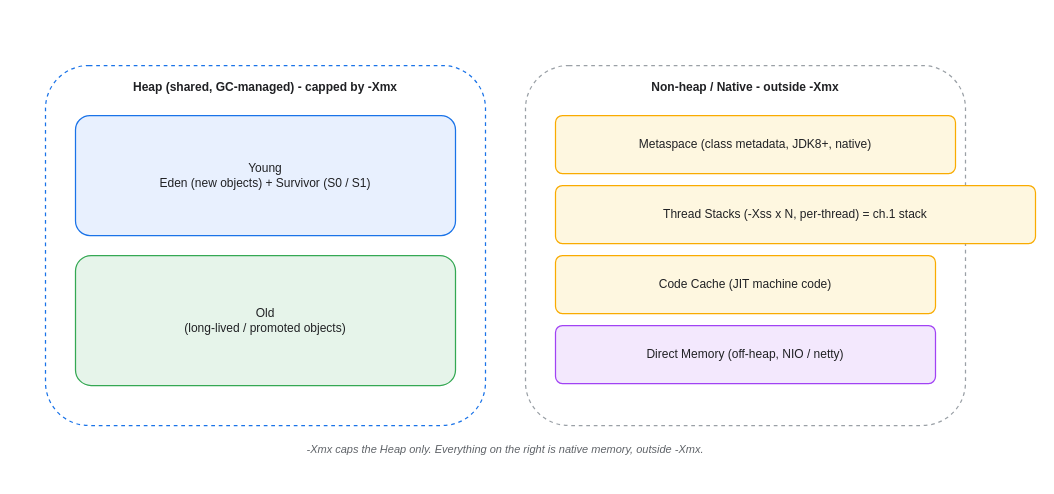
Earlier version of the draw.io diagram assets/img/jvm/jvm-03-jvm-memory-areas.drawio (KKamJi98/kkamji98.github.io). Source tidied: cells renumbered, new cells numbered last; positions are measured from the earlier drawing's top-left corner, leaving out a move shared by most shapes. Both pictures are drawn from the tidied source at 100%, with x=0, y=0 at pixel (45, 65).
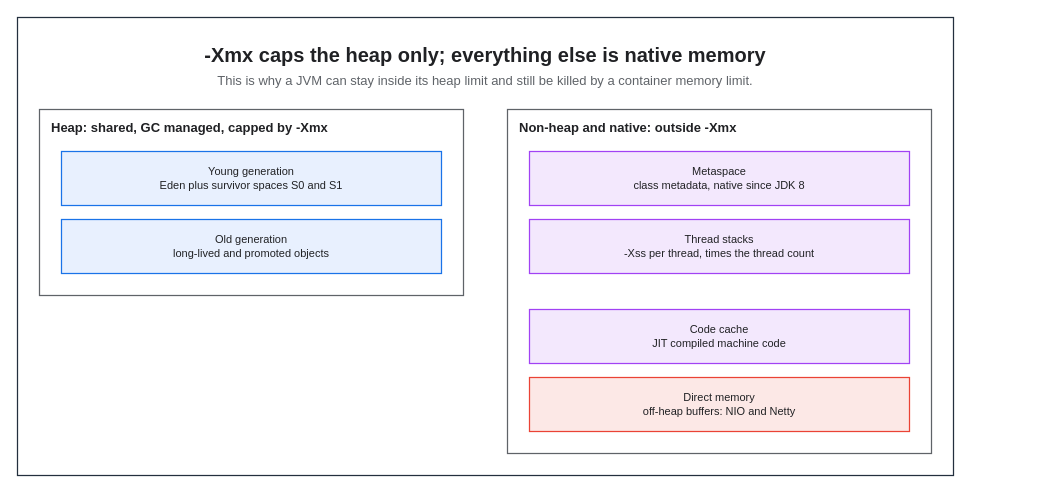
The same page after the edit.

Diff of the diagram source:
```diff
@@
 <mxGraphModel background="#FFFFFF">
   <root>
     <mxCell id="0" />
     <mxCell id="1" parent="0" />
+    <mxCell id="11" style="rounded=0;html=0;fillColor=none;strokeColor=#232F3E;fontColor=#202124;strokeWidth=1.25;" parent="1" vertex="1">
+      <mxGeometry x="-28" y="-48" width="936" height="458" as="geometry" />
+    </mxCell>
+    <mxCell id="12" value="-Xmx caps the heap only; everything else is native memory" style="text;html=0;whiteSpace=wrap;fillColor=none;strokeColor=none;fontColor=#202124;fontSize=20;fontStyle=1;align=center;verticalAlign=middle;" parent="1" vertex="1">
+      <mxGeometry x="-6" y="-26" width="892" height="30" as="geometry" />
+    </mxCell>
+    <mxCell id="13" value="This is why a JVM can stay inside its heap limit and still be killed by a container memory limit." style="text;html=0;whiteSpace=wrap;fillColor=none;strokeColor=none;fontColor=#5F6368;fontSize=13;fontStyle=0;align=center;verticalAlign=middle;" parent="1" vertex="1">
+      <mxGeometry x="-6" y="4" width="892" height="22" as="geometry" />
+    </mxCell>
-    <mxCell id="2" value="Heap  (shared, GC-managed)  -  capped by -Xmx" style="rounded=1;whiteSpace=wrap;html=0;arcSize=12;shadow=0;fillColor=#FFFFFF;strokeColor=#1A73E8;fontColor=#202124;fontStyle=1;verticalAlign=top;align=center;dashed=1;spacingTop=8;strokeWidth=1.25;" parent="1" vertex="1">
-      <mxGeometry width="440" height="360" as="geometry" />
+    <mxCell id="2" value="Heap: shared, GC managed, capped by -Xmx" style="rounded=0;whiteSpace=wrap;html=0;fillColor=none;strokeColor=#5F6368;fontColor=#202124;fontSize=13;fontStyle=1;align=left;verticalAlign=top;spacingLeft=10;spacingTop=4;strokeWidth=1.25;dashed=0;" parent="1" vertex="1">
+      <mxGeometry x="-6" y="44" width="424" height="186" as="geometry" />
     </mxCell>
+    <mxCell id="5" value="Non-heap and native: outside -Xmx" style="rounded=0;whiteSpace=wrap;html=0;fillColor=none;strokeColor=#5F6368;fontColor=#202124;fontSize=13;fontStyle=1;align=left;verticalAlign=top;spacingLeft=10;spacingTop=4;strokeWidth=1.25;dashed=0;" parent="1" vertex="1">
+      <mxGeometry x="462" y="44" width="424" height="344" as="geometry" />
+    </mxCell>
-    <mxCell id="3" value="Young&#10;Eden (new objects) + Survivor (S0 / S1)" style="rounded=1;whiteSpace=wrap;html=0;arcSize=12;shadow=0;fillColor=#E8F0FE;strokeColor=#1A73E8;fontColor=#202124;strokeWidth=1.25;" parent="1" vertex="1">
-      <mxGeometry x="30" y="50" width="380" height="120" as="geometry" />
+    <mxCell id="3" value="Young generation&#10;Eden plus survivor spaces S0 and S1" style="rounded=0;whiteSpace=wrap;html=0;fillColor=#E8F0FE;strokeColor=#1A73E8;fontColor=#202124;fontSize=11;fontStyle=0;align=center;verticalAlign=middle;spacingLeft=6;spacingRight=6;strokeWidth=1.25;" parent="1" vertex="1">
+      <mxGeometry x="16" y="86" width="380" height="54" as="geometry" />
     </mxCell>
-    <mxCell id="4" value="Old&#10;(long-lived / promoted objects)" style="rounded=1;whiteSpace=wrap;html=0;arcSize=12;shadow=0;fillColor=#E6F4EA;strokeColor=#34A853;fontColor=#202124;strokeWidth=1.25;" parent="1" vertex="1">
-      <mxGeometry x="30" y="190" width="380" height="130" as="geometry" />
+    <mxCell id="4" value="Old generation&#10;long-lived and promoted objects" style="rounded=0;whiteSpace=wrap;html=0;fillColor=#E8F0FE;strokeColor=#1A73E8;fontColor=#202124;fontSize=11;fontStyle=0;align=center;verticalAlign=middle;spacingLeft=6;spacingRight=6;strokeWidth=1.25;" parent="1" vertex="1">
+      <mxGeometry x="16" y="154" width="380" height="54" as="geometry" />
     </mxCell>
-    <mxCell id="5" value="Non-heap / Native  -  outside -Xmx" style="rounded=1;whiteSpace=wrap;html=0;arcSize=12;shadow=0;fillColor=#FFFFFF;strokeColor=#9AA0A6;fontColor=#202124;fontStyle=1;verticalAlign=top;align=center;dashed=1;spacingTop=8;strokeWidth=1.25;" parent="1" vertex="1">
-      <mxGeometry x="480" width="440" height="360" as="geometry" />
-    </mxCell>
-    <mxCell id="6" value="Metaspace  (class metadata, JDK8+, native)" style="rounded=1;whiteSpace=wrap;html=0;arcSize=12;shadow=0;fillColor=#FEF7E0;strokeColor=#F9AB00;fontColor=#202124;strokeWidth=1.25;" parent="1" vertex="1">
-      <mxGeometry x="510" y="50" width="400" height="58" as="geometry" />
+    <mxCell id="6" value="Metaspace&#10;class metadata, native since JDK 8" style="rounded=0;whiteSpace=wrap;html=0;fillColor=#F3E8FD;strokeColor=#A142F4;fontColor=#202124;fontSize=11;fontStyle=0;align=center;verticalAlign=middle;spacingLeft=6;spacingRight=6;strokeWidth=1.25;" parent="1" vertex="1">
+      <mxGeometry x="484" y="86" width="380" height="54" as="geometry" />
     </mxCell>
-    <mxCell id="7" value="Thread Stacks  (-Xss x N, per-thread)  = ch.1 stack" style="rounded=1;whiteSpace=wrap;html=0;arcSize=12;shadow=0;fillColor=#FEF7E0;strokeColor=#F9AB00;fontColor=#202124;strokeWidth=1.25;" parent="1" vertex="1">
-      <mxGeometry x="510" y="120" width="480" height="58" as="geometry" />
+    <mxCell id="7" value="Thread stacks&#10;-Xss per thread, times the thread count" style="rounded=0;whiteSpace=wrap;html=0;fillColor=#F3E8FD;strokeColor=#A142F4;fontColor=#202124;fontSize=11;fontStyle=0;align=center;verticalAlign=middle;spacingLeft=6;spacingRight=6;strokeWidth=1.25;" parent="1" vertex="1">
+      <mxGeometry x="484" y="154" width="380" height="54" as="geometry" />
     </mxCell>
-    <mxCell id="8" value="Code Cache  (JIT machine code)" style="rounded=1;whiteSpace=wrap;html=0;arcSize=12;shadow=0;fillColor=#FEF7E0;strokeColor=#F9AB00;fontColor=#202124;strokeWidth=1.25;" parent="1" vertex="1">
-      <mxGeometry x="510" y="190" width="380" height="58" as="geometry" />
+    <mxCell id="8" value="Code cache&#10;JIT compiled machine code" style="rounded=0;whiteSpace=wrap;html=0;fillColor=#F3E8FD;strokeColor=#A142F4;fontColor=#202124;fontSize=11;fontStyle=0;align=center;verticalAlign=middle;spacingLeft=6;spacingRight=6;strokeWidth=1.25;" parent="1" vertex="1">
+      <mxGeometry x="484" y="244" width="380" height="54" as="geometry" />
     </mxCell>
-    <mxCell id="9" value="Direct Memory  (off-heap, NIO / netty)" style="rounded=1;whiteSpace=wrap;html=0;arcSize=12;shadow=0;fillColor=#F3E8FD;strokeColor=#A142F4;fontColor=#202124;strokeWidth=1.25;" parent="1" vertex="1">
-      <mxGeometry x="510" y="260" width="380" height="58" as="geometry" />
+    <mxCell id="9" value="Direct memory&#10;off-heap buffers: NIO and Netty" style="rounded=0;whiteSpace=wrap;html=0;fillColor=#FCE8E6;strokeColor=#EA4335;fontColor=#202124;fontSize=11;fontStyle=0;align=center;verticalAlign=middle;spacingLeft=6;spacingRight=6;strokeWidth=1.25;" parent="1" vertex="1">
+      <mxGeometry x="484" y="312" width="380" height="54" as="geometry" />
     </mxCell>
-    <mxCell id="10" value="-Xmx caps the Heap only. Everything on the right is native memory, outside -Xmx." style="text;html=0;align=center;verticalAlign=middle;whiteSpace=wrap;fontSize=11;fontColor=#5F6368;fontStyle=2;" parent="1" vertex="1">
-      <mxGeometry y="366" width="920" height="35" as="geometry" />
-    </mxCell>
   </root>
 </mxGraphModel>
```
